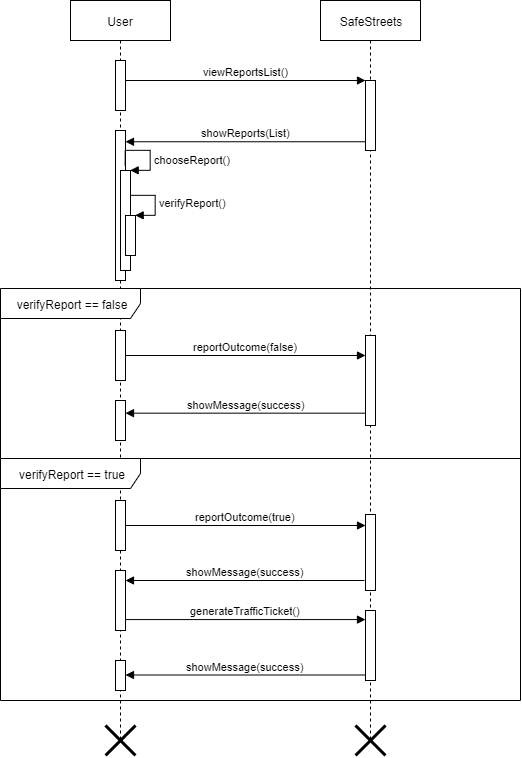
Earlier version of the draw.io export RASD/latex/Images/SeqDiag_generateTrafficTicket.png (manuelsalamino/SoftwareEngineering2-Project). Source tidied: cells renumbered, new cells last; positions are measured from the earlier drawing's top-left corner, leaving out a move shared by most shapes.
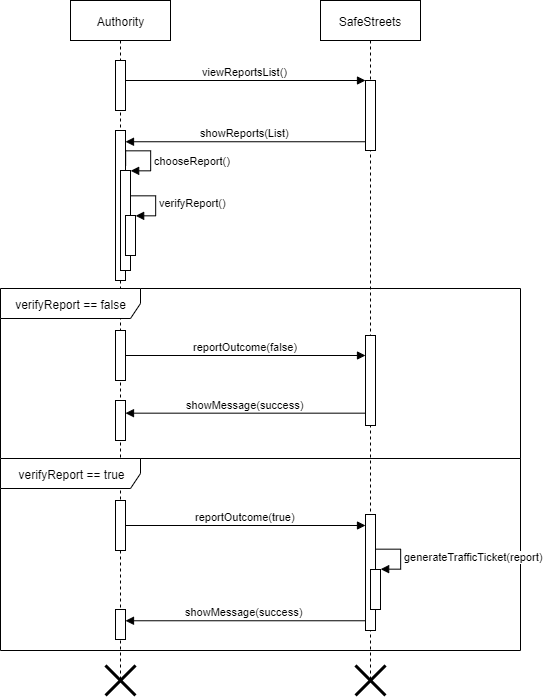
The same file after the commit.

Diff of the diagram source:
```diff
@@ -2,8 +2,8 @@
   <root>
     <mxCell id="0" />
     <mxCell id="1" parent="0" />
-    <mxCell id="2" value="User" style="shape=umlLifeline;perimeter=lifelinePerimeter;whiteSpace=wrap;html=1;" parent="1" vertex="1">
-      <mxGeometry x="70" width="100" height="740" as="geometry" />
+    <mxCell id="2" value="Authority" style="shape=umlLifeline;perimeter=lifelinePerimeter;whiteSpace=wrap;html=1;" parent="1" vertex="1">
+      <mxGeometry x="70" width="100" height="680" as="geometry" />
     </mxCell>
     <mxCell id="3" style="html=1;perimeter=orthogonalPerimeter;" parent="2" vertex="1">
       <mxGeometry x="45" y="60" width="10" height="50" as="geometry" />
@@ -42,7 +42,7 @@
       </mxGeometry>
     </mxCell>
     <mxCell id="10" value="SafeStreets" style="shape=umlLifeline;perimeter=lifelinePerimeter;whiteSpace=wrap;html=1;" parent="1" vertex="1">
-      <mxGeometry x="320" width="100" height="740" as="geometry" />
+      <mxGeometry x="320" width="100" height="680" as="geometry" />
     </mxCell>
     <mxCell id="11" style="html=1;points=[];perimeter=orthogonalPerimeter;" parent="10" vertex="1">
       <mxGeometry x="45" y="80" width="10" height="70" as="geometry" />
@@ -69,45 +69,39 @@
       <mxGeometry relative="1" as="geometry" />
     </mxCell>
     <mxCell id="19" value="verifyReport == true" style="shape=umlFrame;whiteSpace=wrap;html=1;width=140;height=30;" parent="1" vertex="1">
-      <mxGeometry y="458" width="520" height="242" as="geometry" />
+      <mxGeometry y="458" width="520" height="192" as="geometry" />
     </mxCell>
     <mxCell id="20" style="html=1;points=[];perimeter=orthogonalPerimeter;" parent="1" vertex="1">
       <mxGeometry x="115" y="500" width="10" height="50" as="geometry" />
     </mxCell>
     <mxCell id="21" style="html=1;points=[];perimeter=orthogonalPerimeter;" parent="1" vertex="1">
-      <mxGeometry x="365" y="514" width="10" height="76" as="geometry" />
+      <mxGeometry x="365" y="514" width="10" height="116" as="geometry" />
     </mxCell>
     <mxCell id="22" value="reportOutcome(true)" style="html=1;verticalAlign=bottom;endArrow=block;" parent="1" edge="1" source="20" target="21">
       <mxGeometry relative="1" as="geometry" />
     </mxCell>
-    <mxCell id="23" style="html=1;points=[];perimeter=orthogonalPerimeter;" parent="1" vertex="1">
-      <mxGeometry x="115" y="570" width="10" height="60" as="geometry" />
-    </mxCell>
-    <mxCell id="24" value="showMessage(success)" style="html=1;verticalAlign=bottom;endArrow=block;" parent="1" edge="1" target="23">
-      <mxGeometry relative="1" as="geometry">
-        <mxPoint x="364" y="580" as="sourcePoint" />
-      </mxGeometry>
-    </mxCell>
-    <mxCell id="25" style="html=1;points=[];perimeter=orthogonalPerimeter;" parent="1" vertex="1">
-      <mxGeometry x="365" y="610" width="10" height="70" as="geometry" />
-    </mxCell>
-    <mxCell id="26" value="generateTrafficTicket()" style="html=1;verticalAlign=bottom;endArrow=block;exitX=0.997;exitY=0.818;exitDx=0;exitDy=0;exitPerimeter=0;" parent="1" edge="1" source="23" target="25">
-      <mxGeometry relative="1" as="geometry" />
-    </mxCell>
     <mxCell id="27" style="html=1;points=[];perimeter=orthogonalPerimeter;" parent="1" vertex="1">
-      <mxGeometry x="115" y="660" width="10" height="30" as="geometry" />
+      <mxGeometry x="115" y="609" width="10" height="30" as="geometry" />
     </mxCell>
-    <mxCell id="28" value="showMessage(success)" style="html=1;verticalAlign=bottom;endArrow=block;" parent="1" edge="1">
-      <mxGeometry relative="1" as="geometry">
-        <mxPoint x="364" y="674.5" as="sourcePoint" />
-        <mxPoint x="125" y="674.5" as="targetPoint" />
-      </mxGeometry>
+    <mxCell id="28" value="showMessage(success)" style="html=1;verticalAlign=bottom;endArrow=block;exitX=-0.07;exitY=0.916;exitDx=0;exitDy=0;exitPerimeter=0;" parent="1" edge="1" source="21" target="27">
+      <mxGeometry relative="1" as="geometry" />
     </mxCell>
+    <mxCell id="30" style="shape=umlDestroy;whiteSpace=wrap;html=1;strokeWidth=3;" parent="1" vertex="1">
+      <mxGeometry x="355" y="665" width="30" height="30" as="geometry" />
+    </mxCell>
+    <mxCell id="31" style="html=1;points=[];perimeter=orthogonalPerimeter;" parent="1" vertex="1">
+      <mxGeometry x="370" y="569" width="10" height="40" as="geometry" />
+    </mxCell>
+    <mxCell id="32" value="generateTrafficTicket(report)" style="edgeStyle=orthogonalEdgeStyle;html=1;align=left;spacingLeft=2;endArrow=block;rounded=0;entryX=1;entryY=0;" parent="1" edge="1" target="31">
+      <mxGeometry relative="1" as="geometry">
+        <mxPoint x="375" y="549" as="sourcePoint" />
+        <Array as="points">
+          <mxPoint x="400" y="549" />
+        </Array>
+      </mxGeometry>
+    </mxCell>
     <mxCell id="29" style="shape=umlDestroy;whiteSpace=wrap;html=1;strokeWidth=3;direction=south;" parent="1" vertex="1">
-      <mxGeometry x="105" y="725" width="30" height="30" as="geometry" />
+      <mxGeometry x="105" y="665" width="30" height="30" as="geometry" />
     </mxCell>
-    <mxCell id="30" style="shape=umlDestroy;whiteSpace=wrap;html=1;strokeWidth=3;" parent="1" vertex="1">
-      <mxGeometry x="355" y="725" width="30" height="30" as="geometry" />
-    </mxCell>
   </root>
 </mxGraphModel>
```
